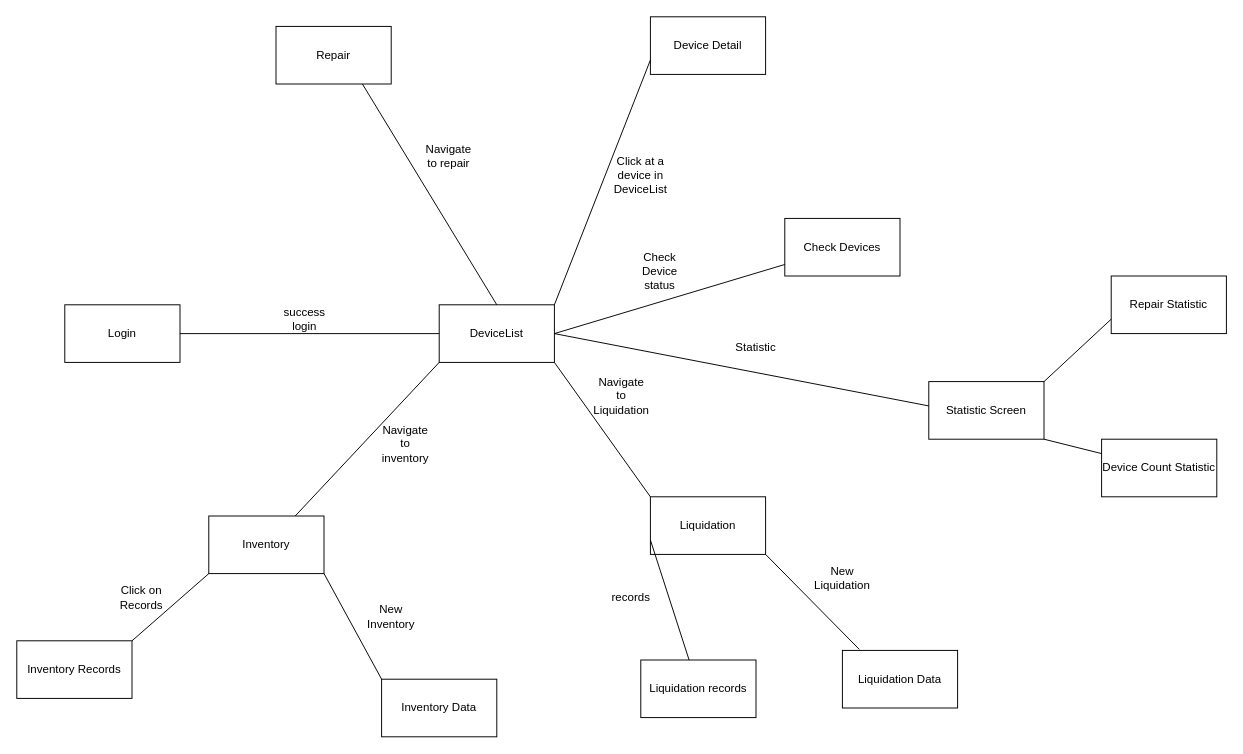
Above: docs/interface_diagram.drawio in PhungThanhTu/assets-management-system (draw.io), before the change. Source tidied: cells renumbered, new cells numbered last; positions are measured from the earlier drawing's top-left corner, leaving out a move shared by most shapes. Both pictures are drawn from the tidied source at 96%, with x=0, y=0 at pixel (16, 16).
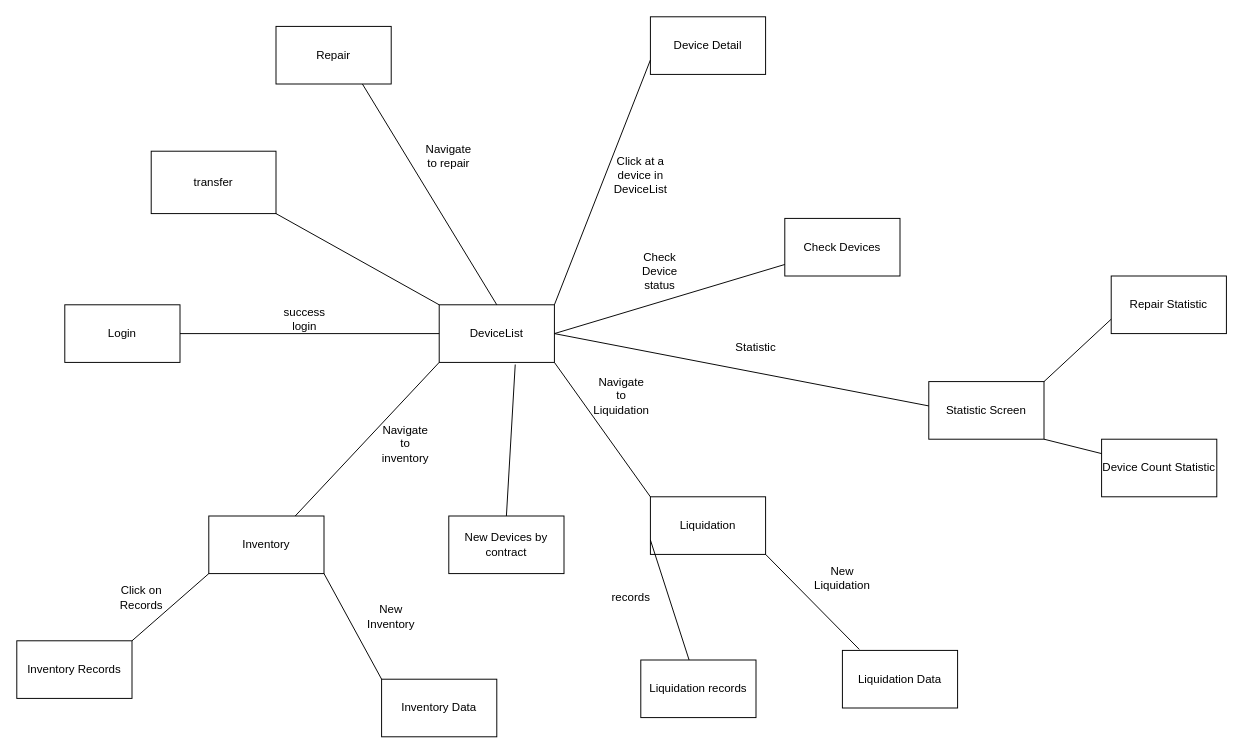
The same diagram, later.

Commit message:
update draw io interface

The change refers to these unchanged cells:
```xml
<mxCell id="3" value="DeviceList" style="rounded=0;whiteSpace=wrap;html=1;" parent="1" vertex="1">
  <mxGeometry x="440" y="300" width="120" height="60" as="geometry" />
</mxCell>
```

Change to the diagram source:
```diff
@@
+    <mxCell id="40" value="transfer" style="rounded=0;whiteSpace=wrap;html=1;" parent="1" vertex="1">
+      <mxGeometry x="140" y="140" width="130" height="65" as="geometry" />
+    </mxCell>
+    <mxCell id="41" style="endArrow=none;html=1;rounded=0;entryX=1;entryY=1;entryDx=0;entryDy=0;exitX=0;exitY=0;exitDx=0;exitDy=0;" parent="1" edge="1" source="3" target="40">
+      <mxGeometry relative="1" as="geometry" />
+    </mxCell>
+    <mxCell id="42" value="New Devices by contract" style="rounded=0;whiteSpace=wrap;html=1;" parent="1" vertex="1">
+      <mxGeometry x="450" y="520" width="120" height="60" as="geometry" />
+    </mxCell>
+    <mxCell id="43" style="endArrow=none;html=1;rounded=0;entryX=0.66;entryY=1.037;entryDx=0;entryDy=0;entryPerimeter=0;exitX=0.5;exitY=0;exitDx=0;exitDy=0;" parent="1" edge="1" source="42" target="3">
+      <mxGeometry relative="1" as="geometry" />
+    </mxCell>
```
